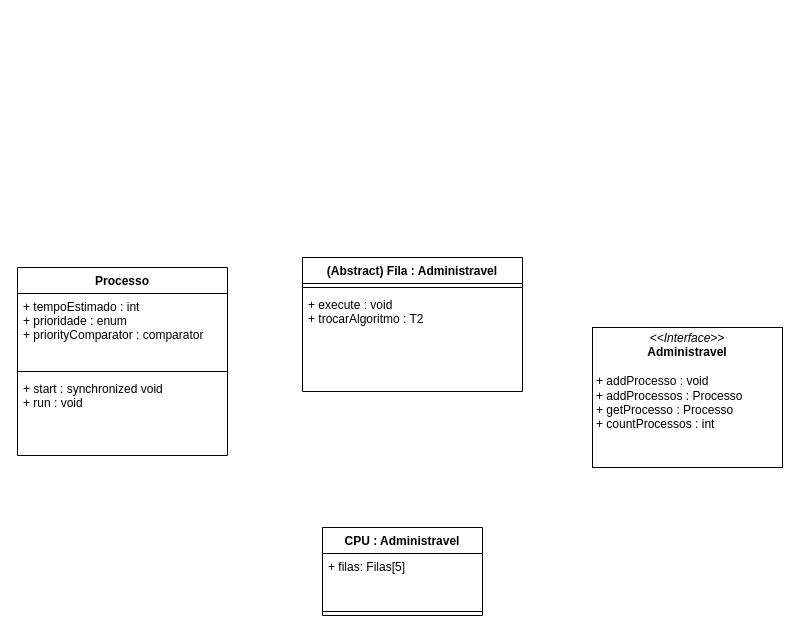
Fenekito/MultiProcessador keeps this draw.io diagram as test.drawio. Above is the earlier version. Source tidied: cells renumbered, new cells numbered last; positions are measured from the earlier drawing's top-left corner, leaving out a move shared by most shapes. Both pictures are drawn from the tidied source at 100%, with x=0, y=0 at pixel (17, 257).
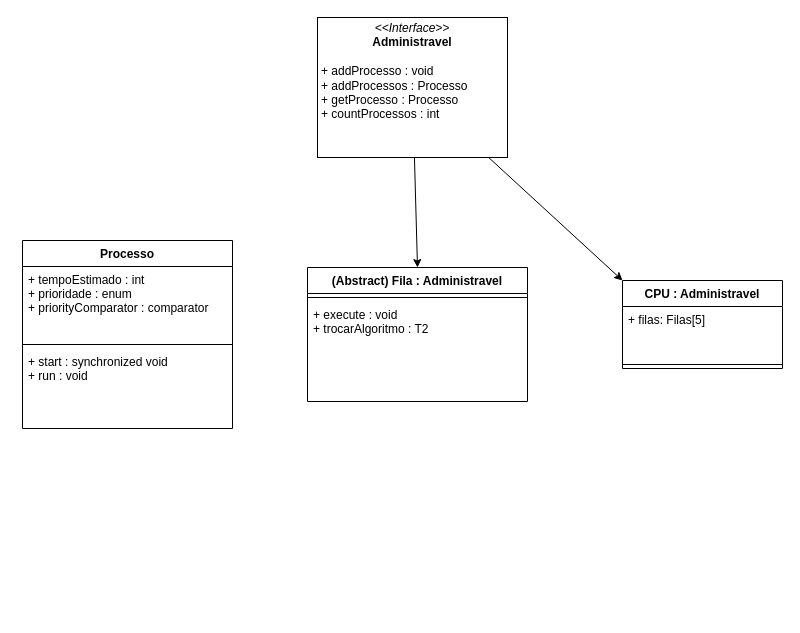
The same page after the edit.

Commit message:
pequenas mudanças no drawio

The edit, as a diff of the source:
```diff
@@
 <mxGraphModel>
   <root>
     <mxCell id="0" />
     <mxCell id="1" parent="0" />
     <mxCell id="2" value="Processo" style="swimlane;fontStyle=1;align=center;verticalAlign=top;horizontal=1;startSize=26;glass=0;" parent="1" vertex="1">
-      <mxGeometry y="10" width="210" height="188" as="geometry" />
+      <mxGeometry x="5" y="-17" width="210" height="188" as="geometry" />
     </mxCell>
     <mxCell id="3" value="+ tempoEstimado : int&#10;+ prioridade : enum&#10;+ priorityComparator : comparator" style="text;strokeColor=none;fillColor=none;align=left;verticalAlign=top;spacingLeft=4;spacingRight=4;overflow=hidden;glass=0;" parent="2" vertex="1">
       <mxGeometry y="26" width="210" height="74" as="geometry" />
     </mxCell>
     <mxCell id="4" style="line;strokeWidth=1;fillColor=none;align=left;verticalAlign=middle;spacingTop=-1;spacingLeft=3;spacingRight=3;labelPosition=right;strokeColor=inherit;glass=0;" parent="2" vertex="1">
       <mxGeometry y="100" width="210" height="8" as="geometry" />
     </mxCell>
     <mxCell id="5" value="+ start : synchronized void&#10;+ run : void" style="text;strokeColor=none;fillColor=none;align=left;verticalAlign=top;spacingLeft=4;spacingRight=4;overflow=hidden;glass=0;" parent="2" vertex="1">
       <mxGeometry y="108" width="210" height="80" as="geometry" />
     </mxCell>
     <mxCell id="6" value="(Abstract) Fila : Administravel" style="swimlane;fontStyle=1;align=center;verticalAlign=top;horizontal=1;startSize=26;glass=0;" parent="1" vertex="1">
-      <mxGeometry x="285" width="220" height="134" as="geometry" />
+      <mxGeometry x="290" y="10" width="220" height="134" as="geometry" />
     </mxCell>
     <mxCell id="7" style="line;strokeWidth=1;fillColor=none;align=left;verticalAlign=middle;spacingTop=-1;spacingLeft=3;spacingRight=3;labelPosition=right;strokeColor=inherit;glass=0;" parent="6" vertex="1">
       <mxGeometry y="26" width="220" height="8" as="geometry" />
     </mxCell>
     <mxCell id="8" value="+ execute : void&#10;+ trocarAlgoritmo : T2&#10;" style="text;strokeColor=none;fillColor=none;align=left;verticalAlign=top;spacingLeft=4;spacingRight=4;overflow=hidden;glass=0;" parent="6" vertex="1">
       <mxGeometry y="34" width="220" height="100" as="geometry" />
     </mxCell>
+    <mxCell id="13" style="edgeStyle=none;html=1;entryX=0.5;entryY=0;entryDx=0;entryDy=0;" parent="1" edge="1" source="9" target="6">
+      <mxGeometry relative="1" as="geometry" />
+    </mxCell>
+    <mxCell id="14" style="edgeStyle=none;html=1;entryX=0;entryY=0;entryDx=0;entryDy=0;" parent="1" edge="1" source="9" target="10">
+      <mxGeometry relative="1" as="geometry" />
+    </mxCell>
     <mxCell id="9" value="&lt;p style=&quot;margin:0px;margin-top:4px;text-align:center;&quot;&gt;&lt;i&gt;&amp;lt;&amp;lt;Interface&amp;gt;&amp;gt;&lt;/i&gt;&lt;br&gt;&lt;b&gt;Administravel&lt;/b&gt;&lt;/p&gt;&lt;p style=&quot;margin:0px;margin-left:4px;&quot;&gt;&lt;/p&gt;&lt;p style=&quot;margin:0px;margin-left:4px;&quot;&gt;&lt;br&gt;&lt;/p&gt;&lt;p style=&quot;margin:0px;margin-left:4px;&quot;&gt;+ addProcesso : void&lt;/p&gt;&lt;p style=&quot;margin:0px;margin-left:4px;&quot;&gt;+ addProcessos : Processo&lt;br&gt;+ getProcesso : Processo&lt;/p&gt;&lt;p style=&quot;margin:0px;margin-left:4px;&quot;&gt;+ countProcessos : int&lt;/p&gt;" style="verticalAlign=top;align=left;overflow=fill;fontSize=12;fontFamily=Helvetica;html=1;glass=0;" parent="1" vertex="1">
-      <mxGeometry x="575" y="70" width="190" height="140" as="geometry" />
+      <mxGeometry x="300" y="-240" width="190" height="140" as="geometry" />
     </mxCell>
     <mxCell id="10" value="CPU : Administravel" style="swimlane;fontStyle=1;align=center;verticalAlign=top;horizontal=1;startSize=26;" parent="1" vertex="1">
-      <mxGeometry x="305" y="270" width="160" height="88" as="geometry" />
+      <mxGeometry x="605" y="23" width="160" height="88" as="geometry" />
     </mxCell>
     <mxCell id="11" value="+ filas: Filas[5]" style="text;strokeColor=none;fillColor=none;align=left;verticalAlign=top;spacingLeft=4;spacingRight=4;overflow=hidden;" parent="10" vertex="1">
       <mxGeometry y="26" width="160" height="54" as="geometry" />
     </mxCell>
     <mxCell id="12" style="line;strokeWidth=1;fillColor=none;align=left;verticalAlign=middle;spacingTop=-1;spacingLeft=3;spacingRight=3;labelPosition=right;strokeColor=inherit;" parent="10" vertex="1">
       <mxGeometry y="80" width="160" height="8" as="geometry" />
     </mxCell>
   </root>
 </mxGraphModel>
```
